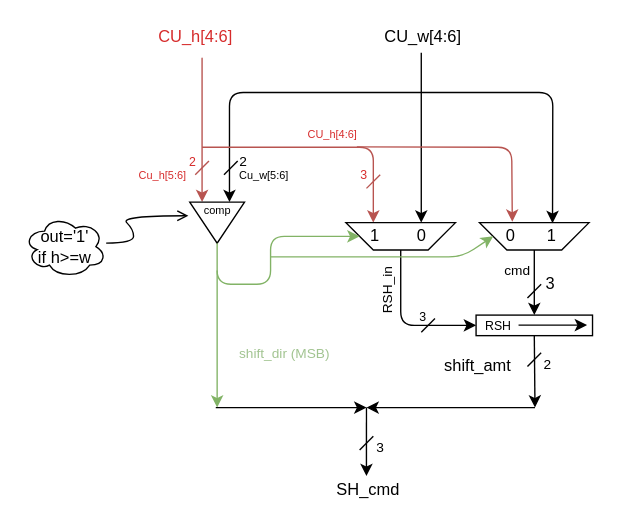
Before: page "Constr. - h_over_w" (3 of 9) of AME-block_diagram.drawio in CostantinoTaranto/AME_Block-Diagram, a draw.io diagram. Source tidied: cells renumbered, new cells numbered last; positions are measured from the earlier drawing's top-left corner, leaving out a move shared by most shapes. Both pictures are drawn from the tidied source at 137%, with x=0, y=0 at pixel (23, 23).
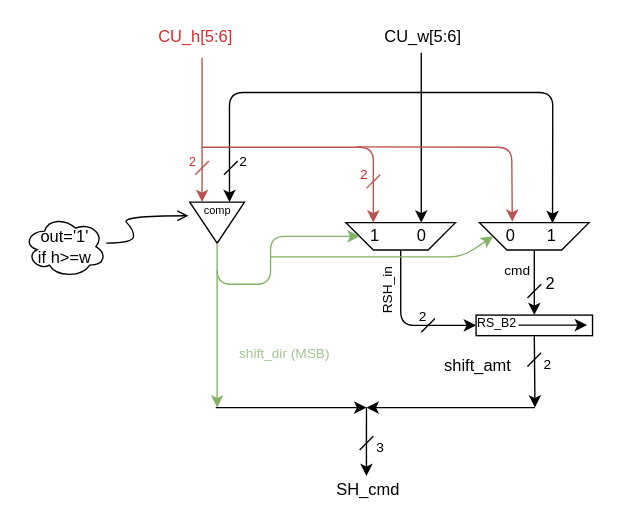
Above is the later version.

The change refers to these unchanged cells:
```xml
<mxCell id="16" style="group;" parent="1" vertex="1">
  <mxGeometry x="330" y="210" width="85" height="20" as="geometry" />
</mxCell>
```

Diff of the diagram source:
```diff
@@
-    <mxCell id="2" value="&lt;font style=&quot;font-size: 12px&quot; color=&quot;#d62b2b&quot;&gt;CU_h[4:6]&lt;/font&gt;" style="text;html=1;align=center;verticalAlign=middle;" parent="1" vertex="1">
+    <mxCell id="2" value="&lt;font style=&quot;font-size: 12px&quot; color=&quot;#d62b2b&quot;&gt;CU_h[5:6]&lt;/font&gt;" style="text;html=1;align=center;verticalAlign=middle;" parent="1" vertex="1">
       <mxGeometry x="90" width="70" height="20" as="geometry" />
     </mxCell>
-    <mxCell id="3" value="CU_w[4:6]" style="text;html=1;align=center;verticalAlign=middle;" parent="1" vertex="1">
+    <mxCell id="3" value="CU_w[5:6]" style="text;html=1;align=center;verticalAlign=middle;" parent="1" vertex="1">
       <mxGeometry x="256" width="70" height="20" as="geometry" />
     </mxCell>
@@
-    <mxCell id="9" value="&lt;font style=&quot;font-size: 8px&quot; color=&quot;#d62b2b&quot;&gt;Cu_h[5:6]&lt;/font&gt;" style="text;html=1;align=center;verticalAlign=middle;" parent="1" vertex="1">
-      <mxGeometry x="76" y="100" width="50" height="20" as="geometry" />
-    </mxCell>
-    <mxCell id="10" value="&lt;font style=&quot;font-size: 8px&quot;&gt;Cu_w[5:6]&lt;/font&gt;" style="text;html=1;align=center;verticalAlign=middle;" parent="1" vertex="1">
-      <mxGeometry x="150" y="100" width="50" height="20" as="geometry" />
-    </mxCell>
@@
-    <mxCell id="18" value="&lt;font style=&quot;font-size: 9px&quot;&gt;RSH&lt;/font&gt;" style="text;html=1;align=center;verticalAlign=middle;" parent="16" vertex="1">
-      <mxGeometry x="1" width="30" height="20" as="geometry" />
+    <mxCell id="18" value="&lt;font style=&quot;font-size: 9px&quot;&gt;RS_B2&lt;/font&gt;" style="text;html=1;align=center;verticalAlign=middle;" parent="16" vertex="1">
+      <mxGeometry x="-5" y="-2" width="40" height="20" as="geometry" />
     </mxCell>
@@
-    <mxCell id="29" value="&lt;font style=&quot;font-size: 8px&quot; color=&quot;#d62b2b&quot;&gt;CU_h[4:6]&lt;/font&gt;" style="text;html=1;align=center;verticalAlign=middle;" parent="1" vertex="1">
-      <mxGeometry x="200" y="70" width="50" height="20" as="geometry" />
-    </mxCell>
@@
-    <mxCell id="40" value="&lt;font color=&quot;#d62b2b&quot; style=&quot;font-size: 9px&quot;&gt;3&lt;/font&gt;" style="text;html=1;align=center;verticalAlign=middle;" parent="1" vertex="1">
+    <mxCell id="40" value="&lt;font color=&quot;#d62b2b&quot; size=&quot;1&quot;&gt;2&lt;/font&gt;" style="text;html=1;align=center;verticalAlign=middle;" parent="1" vertex="1">
       <mxGeometry x="238" y="100" width="20" height="20" as="geometry" />
     </mxCell>
@@
-    <mxCell id="42" value="&lt;font style=&quot;font-size: 9px&quot;&gt;3&lt;/font&gt;" style="text;html=1;align=center;verticalAlign=middle;" parent="1" vertex="1">
+    <mxCell id="42" value="&lt;font size=&quot;1&quot;&gt;2&lt;/font&gt;" style="text;html=1;align=center;verticalAlign=middle;" parent="1" vertex="1">
       <mxGeometry x="281" y="203" width="20" height="20" as="geometry" />
     </mxCell>
@@
-    <mxCell id="44" value="3" style="text;html=1;align=center;verticalAlign=middle;" parent="1" vertex="1">
+    <mxCell id="44" value="2" style="text;html=1;align=center;verticalAlign=middle;" parent="1" vertex="1">
       <mxGeometry x="374" y="180" width="20" height="20" as="geometry" />
     </mxCell>
```
